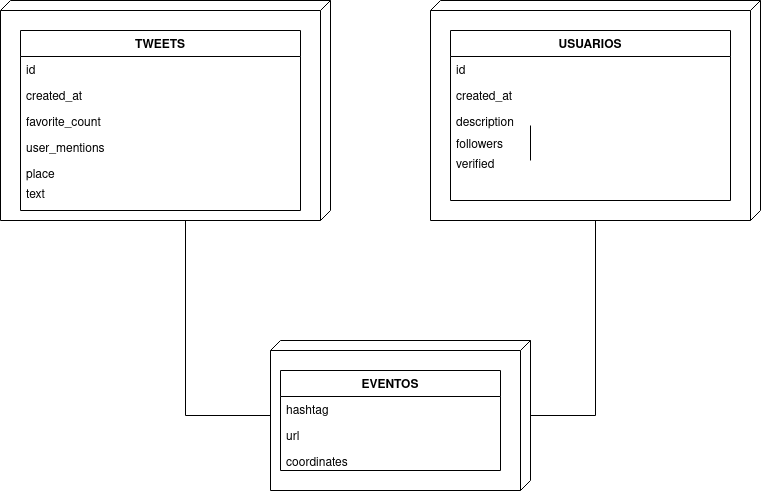
This is Untitled Diagram.png from EvaAnalytics/Images, a draw.io export, as it was before one commit. Source tidied: cells renumbered, new cells last; positions are measured from the earlier drawing's top-left corner, leaving out a move shared by most shapes.
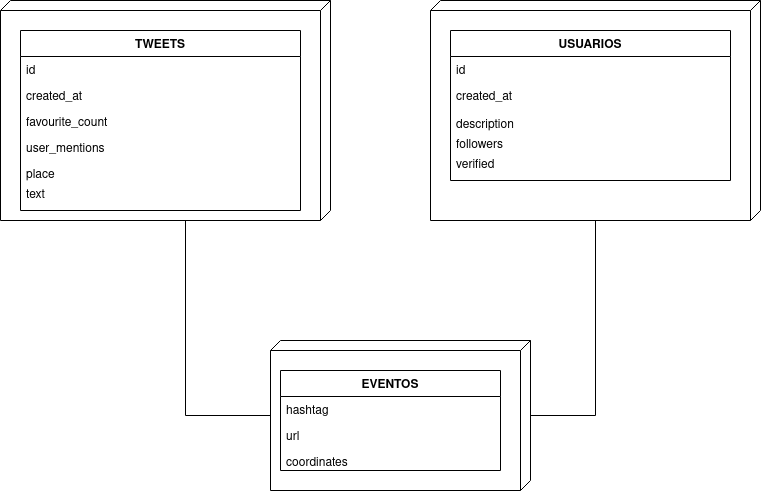
Later version of the same file.

Diff of the diagram source:
```diff
@@ -11,12 +11,6 @@
     <mxCell id="4" style="verticalAlign=top;align=left;spacingTop=8;spacingLeft=2;spacingRight=12;shape=cube;size=10;direction=south;fontStyle=4;html=1;rounded=0;shadow=0;comic=0;labelBackgroundColor=none;strokeWidth=1;fontFamily=Verdana;fontSize=12;" parent="1" vertex="1">
       <mxGeometry x="270" y="340" width="260" height="150" as="geometry" />
     </mxCell>
-    <mxCell id="5" style="edgeStyle=elbowEdgeStyle;rounded=0;html=1;labelBackgroundColor=none;startArrow=none;startFill=0;startSize=8;endArrow=none;endFill=0;endSize=16;fontFamily=Verdana;fontSize=12;" parent="1" edge="1">
-      <mxGeometry relative="1" as="geometry">
-        <mxPoint x="530" y="160" as="sourcePoint" />
-        <mxPoint x="530" y="125" as="targetPoint" />
-      </mxGeometry>
-    </mxCell>
     <mxCell id="6" style="edgeStyle=orthogonalEdgeStyle;rounded=0;html=1;labelBackgroundColor=none;startArrow=none;startFill=0;startSize=8;endArrow=none;endFill=0;endSize=16;fontFamily=Verdana;fontSize=12;" parent="1" edge="1" source="4" target="3">
       <mxGeometry relative="1" as="geometry">
         <Array as="points">
@@ -40,7 +34,7 @@
     <mxCell id="10" value="created_at" style="text;strokeColor=none;fillColor=none;align=left;verticalAlign=top;spacingLeft=4;spacingRight=4;overflow=hidden;" parent="8" vertex="1">
       <mxGeometry y="52" width="280" height="26" as="geometry" />
     </mxCell>
-    <mxCell id="11" value="favorite_count" style="text;strokeColor=none;fillColor=none;align=left;verticalAlign=top;spacingLeft=4;spacingRight=4;overflow=hidden;" parent="8" vertex="1">
+    <mxCell id="11" value="favourite_count" style="text;strokeColor=none;fillColor=none;align=left;verticalAlign=top;spacingLeft=4;spacingRight=4;overflow=hidden;" parent="8" vertex="1">
       <mxGeometry y="78" width="280" height="52" as="geometry" />
     </mxCell>
     <mxCell id="12" value="place" style="text;strokeColor=none;fillColor=none;align=left;verticalAlign=top;spacingLeft=4;spacingRight=4;overflow=hidden;" parent="8" vertex="1">
@@ -53,22 +47,19 @@
       <mxGeometry x="20" y="134" width="280" height="26" as="geometry" />
     </mxCell>
     <mxCell id="15" value="USUARIOS" style="swimlane;fontStyle=1;horizontal=1;startSize=26;fillColor=none;" parent="1" vertex="1">
-      <mxGeometry x="450" y="30" width="280" height="170" as="geometry" />
+      <mxGeometry x="450" y="30" width="280" height="150" as="geometry" />
     </mxCell>
     <mxCell id="16" value="id" style="text;strokeColor=none;fillColor=none;align=left;verticalAlign=top;spacingLeft=4;spacingRight=4;overflow=hidden;" parent="15" vertex="1">
       <mxGeometry y="26" width="280" height="26" as="geometry" />
     </mxCell>
     <mxCell id="17" value="created_at" style="text;strokeColor=none;fillColor=none;align=left;verticalAlign=top;spacingLeft=4;spacingRight=4;overflow=hidden;" parent="15" vertex="1">
-      <mxGeometry y="52" width="280" height="26" as="geometry" />
+      <mxGeometry y="52" width="280" height="48" as="geometry" />
     </mxCell>
-    <mxCell id="18" value="description" style="text;strokeColor=none;fillColor=none;align=left;verticalAlign=top;spacingLeft=4;spacingRight=4;overflow=hidden;" parent="15" vertex="1">
-      <mxGeometry y="78" width="280" height="22" as="geometry" />
-    </mxCell>
     <mxCell id="19" value="followers" style="text;strokeColor=none;fillColor=none;align=left;verticalAlign=top;spacingLeft=4;spacingRight=4;overflow=hidden;" parent="15" vertex="1">
       <mxGeometry y="100" width="280" height="20" as="geometry" />
     </mxCell>
     <mxCell id="20" value="verified" style="text;strokeColor=none;fillColor=none;align=left;verticalAlign=top;spacingLeft=4;spacingRight=4;overflow=hidden;" parent="15" vertex="1">
-      <mxGeometry y="120" width="280" height="50" as="geometry" />
+      <mxGeometry y="120" width="280" height="30" as="geometry" />
     </mxCell>
     <mxCell id="21" value="EVENTOS" style="swimlane;fontStyle=1;horizontal=1;startSize=26;fillColor=none;" parent="1" vertex="1">
       <mxGeometry x="280" y="370" width="220" height="100" as="geometry" />
@@ -82,5 +73,8 @@
     <mxCell id="24" value="coordinates" style="text;strokeColor=none;fillColor=none;align=left;verticalAlign=top;spacingLeft=4;spacingRight=4;overflow=hidden;" parent="21" vertex="1">
       <mxGeometry y="78" width="220" height="22" as="geometry" />
     </mxCell>
+    <mxCell id="18" value="description" style="text;strokeColor=none;fillColor=none;align=left;verticalAlign=top;spacingLeft=4;spacingRight=4;overflow=hidden;" parent="1" vertex="1">
+      <mxGeometry x="450" y="110" width="280" height="30" as="geometry" />
+    </mxCell>
   </root>
 </mxGraphModel>
```
